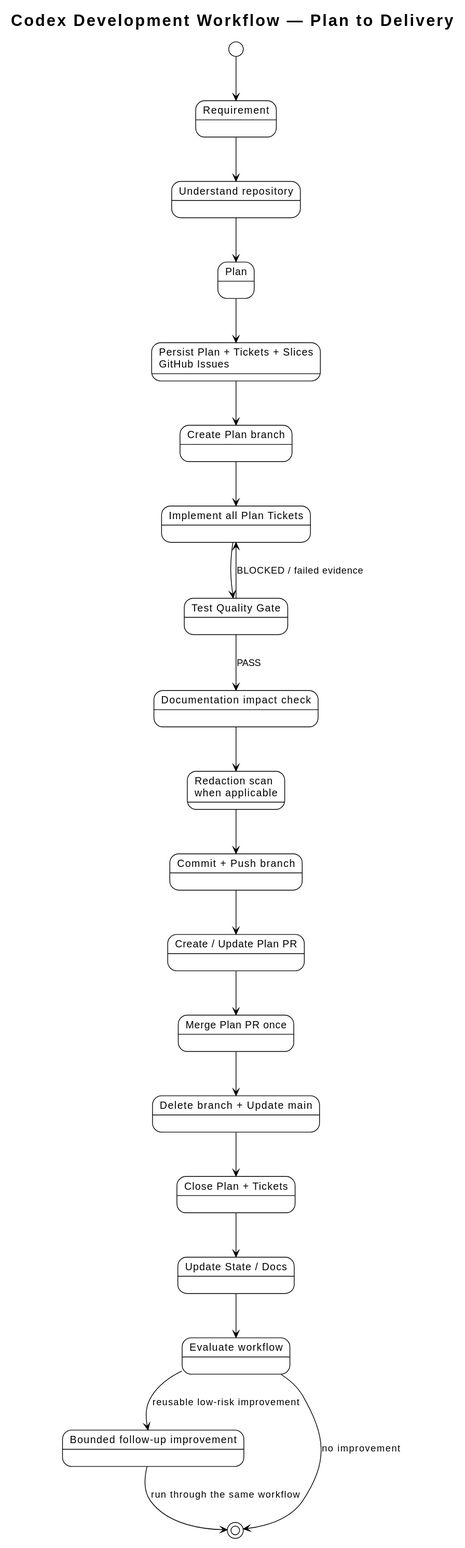
The PlantUML diagram docs/diagrams/architecture.svg in i-zrhe2016/codex-development-workflow, before a commit.
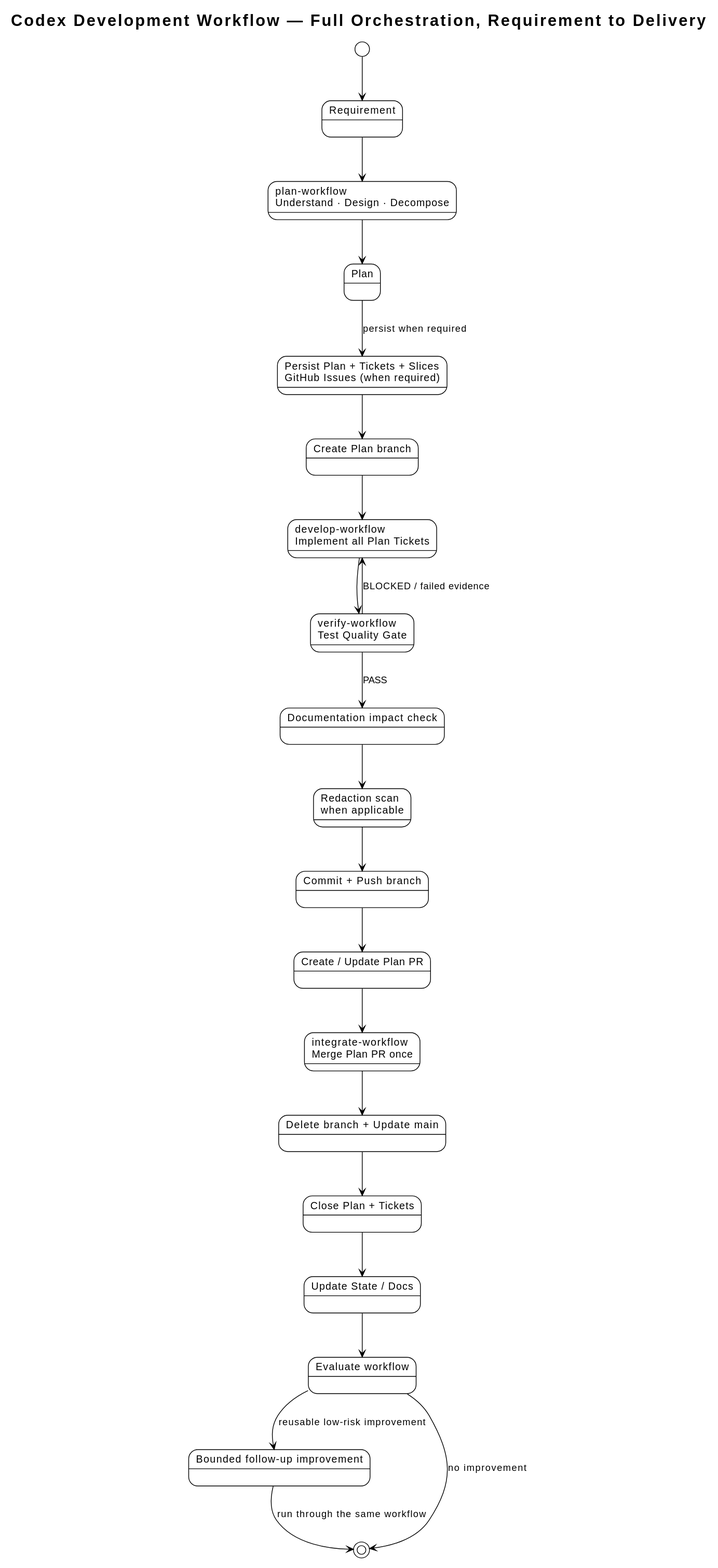
Later version of the same file.

Diff of the diagram source:
```diff
@@ -4,20 +4,20 @@
 skinparam shadowing false
 skinparam defaultFontName Arial
 
-title Codex Development Workflow — Plan to Delivery
+title Codex Development Workflow — Full Orchestration, Requirement to Delivery
 
 state "Requirement" as Requirement
-state "Understand repository" as Understand
+state "plan-workflow\nUnderstand · Design · Decompose" as Understand
 state "Plan" as Plan
-state "Persist Plan + Tickets + Slices\nGitHub Issues" as Issues
+state "Persist Plan + Tickets + Slices\nGitHub Issues (when required)" as Issues
 state "Create Plan branch" as Branch
-state "Implement all Plan Tickets" as Implement
-state "Test Quality Gate" as Test
+state "develop-workflow\nImplement all Plan Tickets" as Implement
+state "verify-workflow\nTest Quality Gate" as Test
 state "Documentation impact check" as Docs
 state "Redaction scan\nwhen applicable" as Redact
 state "Commit + Push branch" as Publish
 state "Create / Update Plan PR" as PR
-state "Merge Plan PR once" as Merge
+state "integrate-workflow\nMerge Plan PR once" as Merge
 state "Delete branch + Update main" as Cleanup
 state "Close Plan + Tickets" as Close
 state "Update State / Docs" as State
@@ -27,7 +27,7 @@
 [*] --> Requirement
 Requirement --> Understand
 Understand --> Plan
-Plan --> Issues
+Plan --> Issues : persist when required
 Issues --> Branch
 Branch --> Implement
 Implement --> Test
```
